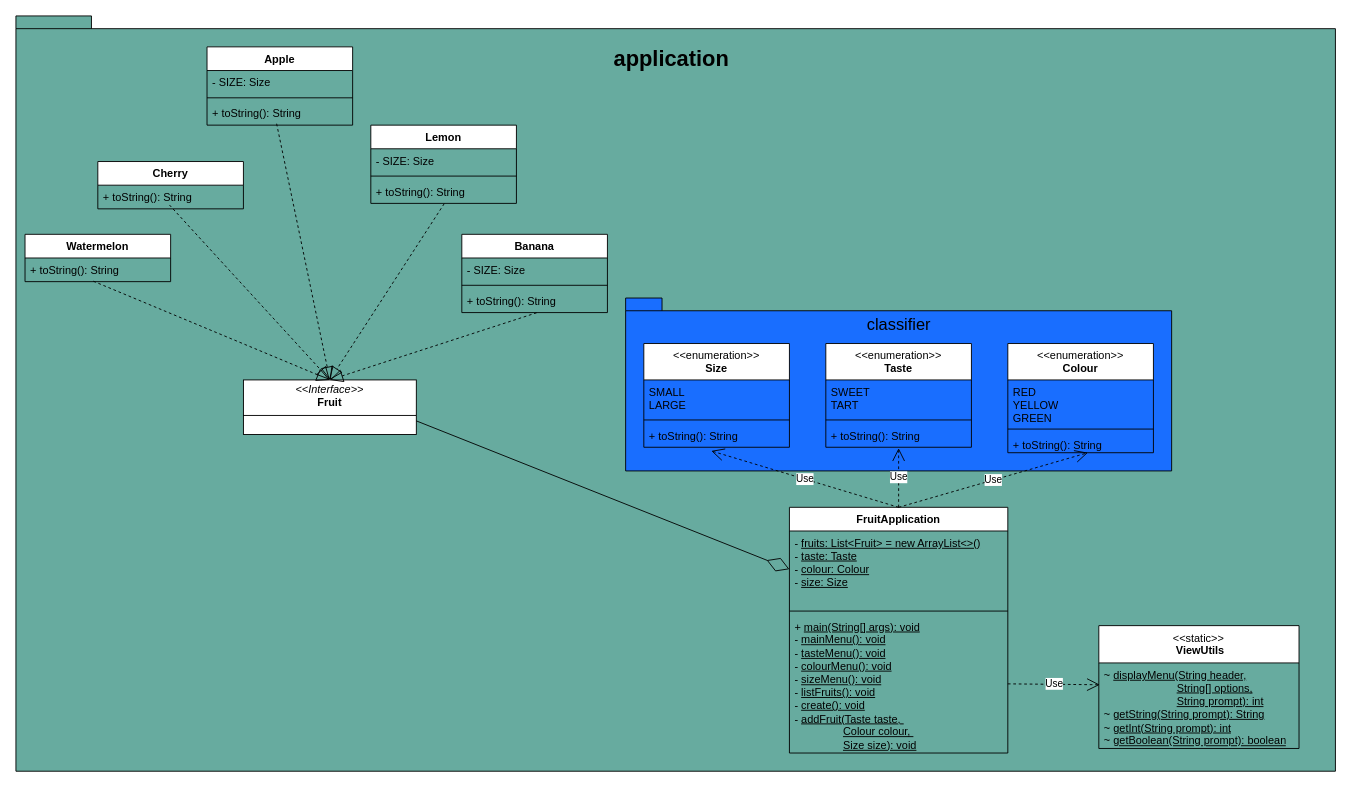
Above: soft2201w4.drawio in NguyenChHieu/graphs (draw.io), before the change. Source tidied: cells renumbered, new cells numbered last; positions are measured from the earlier drawing's top-left corner, leaving out a move shared by most shapes. Both pictures are drawn from the tidied source at 91%, with x=0, y=0 at pixel (15, 15).
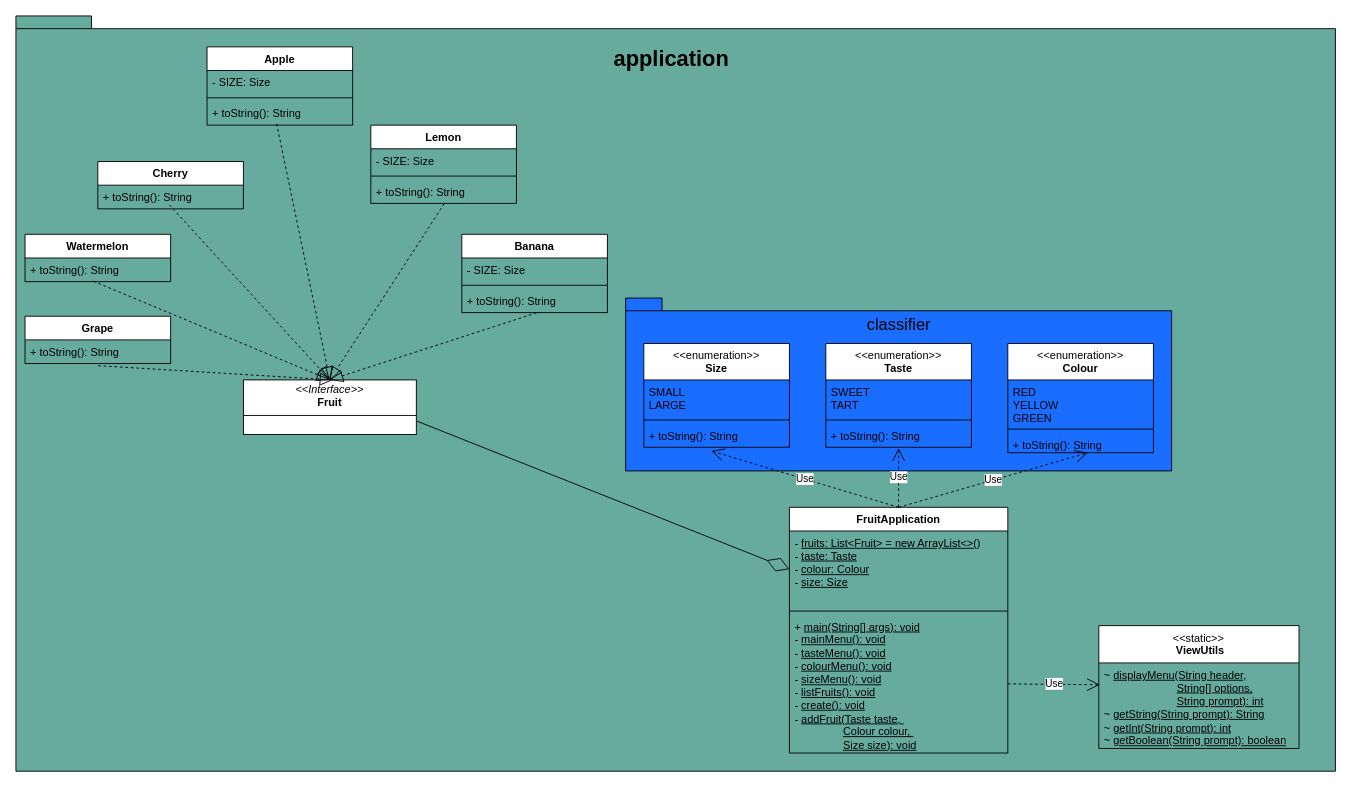
After the change.

Diff of the diagram source:
```diff
@@
+    <mxCell id="51" value="Grape" style="swimlane;fontStyle=1;align=center;verticalAlign=top;horizontal=1;startSize=26;whiteSpace=wrap;html=1;" parent="1" vertex="1">
+      <mxGeometry x="10" y="330" width="160" height="52" as="geometry" />
+    </mxCell>
+    <mxCell id="52" value="+ toString(): String" style="text;strokeColor=none;fillColor=none;align=left;verticalAlign=top;spacingLeft=4;spacingRight=4;overflow=hidden;points=[[0,0.5],[1,0.5]];portConstraint=eastwest;whiteSpace=wrap;html=1;" parent="51" vertex="1">
+      <mxGeometry y="26" width="160" height="26" as="geometry" />
+    </mxCell>
+    <mxCell id="53" style="endArrow=block;dashed=1;endFill=0;endSize=12;html=1;rounded=0;exitX=0.502;exitY=1.09;exitDx=0;exitDy=0;exitPerimeter=0;" parent="1" edge="1" source="52">
+      <mxGeometry relative="1" as="geometry">
+        <mxPoint x="348.4" y="400" as="targetPoint" />
+      </mxGeometry>
+    </mxCell>
```
